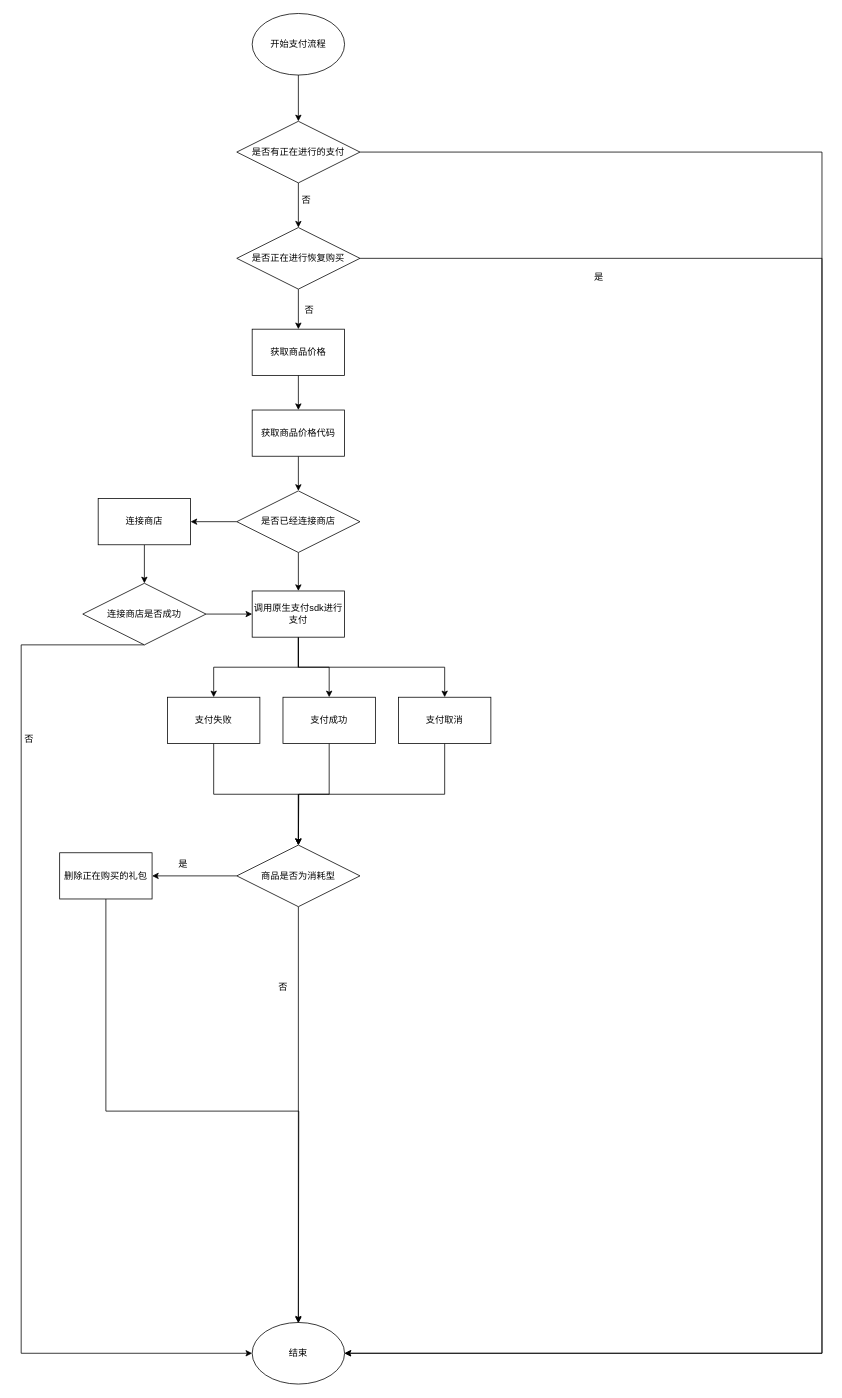
This is .drawio from lxy8228535/Diagrams, a draw.io file, before an edit. Source tidied: cells renumbered, new cells numbered last; positions are measured from the earlier drawing's top-left corner, leaving out a move shared by most shapes. Both pictures are drawn from the tidied source at 77%, with x=0, y=0 at pixel (13, 13).
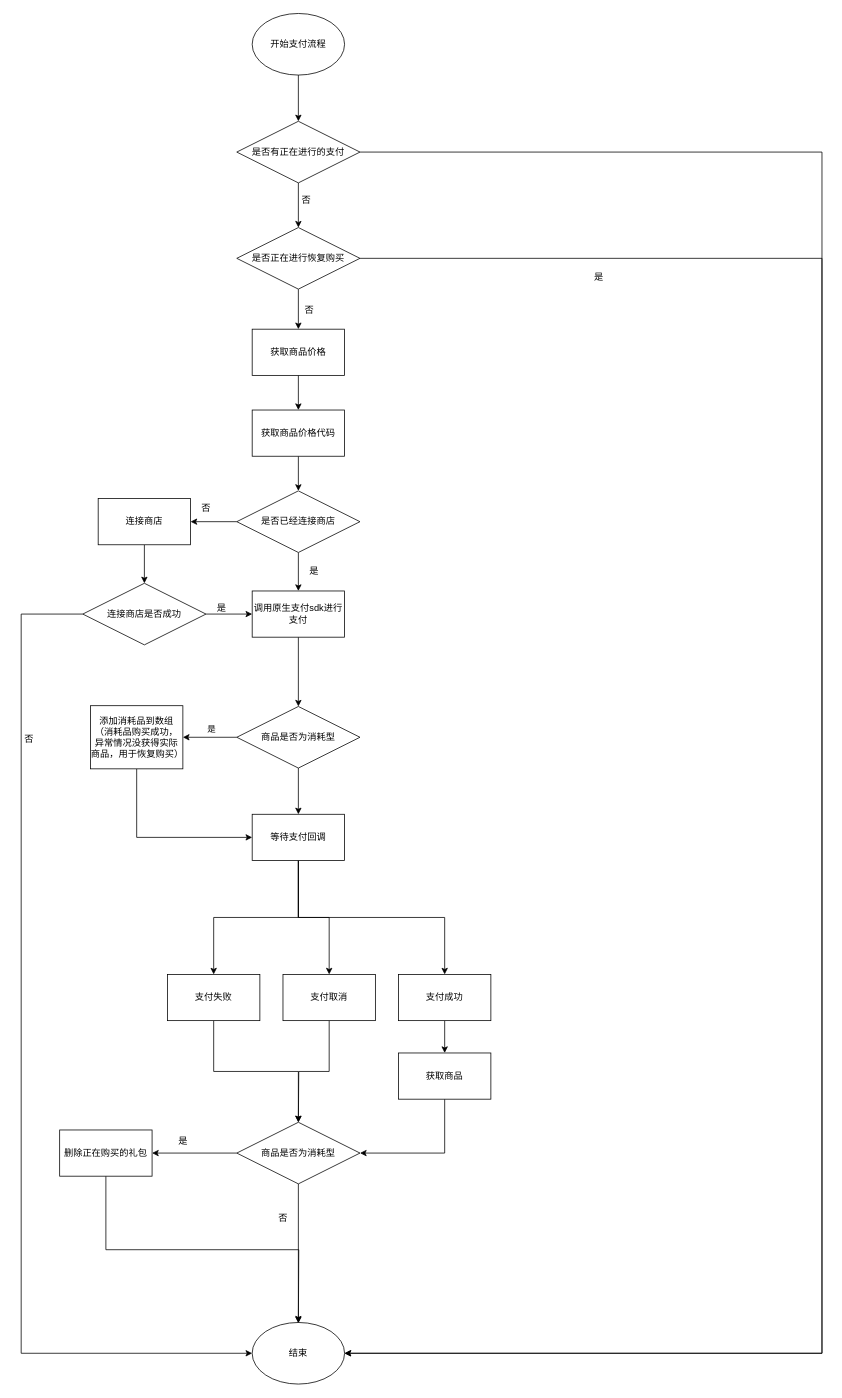
The same diagram, later.

The change refers to these unchanged cells:
```xml
<mxCell id="4" value="结束" style="ellipse;whiteSpace=wrap;html=1;" parent="1" vertex="1">
  <mxGeometry x="310" y="1700" width="120" height="80" as="geometry" />
</mxCell>
<mxCell id="25" value="连接商店是否成功" style="rhombus;whiteSpace=wrap;html=1;" parent="1" vertex="1">
  <mxGeometry x="90" y="740" width="160" height="80" as="geometry" />
</mxCell>
```

What changed in the source:
```diff
@@
-    <mxCell id="23" style="edgeStyle=orthogonalEdgeStyle;rounded=0;jettySize=auto;html=1;exitX=0.5;exitY=1;exitDx=0;exitDy=0;entryX=0;entryY=0.5;entryDx=0;entryDy=0;" parent="1" edge="1" source="25" target="4">
+    <mxCell id="23" style="edgeStyle=orthogonalEdgeStyle;rounded=0;jettySize=auto;html=1;exitX=0;exitY=0.5;exitDx=0;exitDy=0;entryX=0;entryY=0.5;entryDx=0;entryDy=0;" parent="1" edge="1" source="25" target="4">
       <mxGeometry relative="1" as="geometry">
         <Array as="points">
-          <mxPoint x="10" y="820" />
+          <mxPoint x="10" y="780" />
           <mxPoint x="10" y="1740" />
         </Array>
       </mxGeometry>
     </mxCell>
@@
-    <mxCell id="27" style="edgeStyle=orthogonalEdgeStyle;rounded=0;jettySize=auto;html=1;exitX=0.5;exitY=1;exitDx=0;exitDy=0;entryX=0.5;entryY=0;entryDx=0;entryDy=0;" parent="1" edge="1" source="30" target="32">
-      <mxGeometry relative="1" as="geometry" />
-    </mxCell>
-    <mxCell id="28" style="edgeStyle=orthogonalEdgeStyle;rounded=0;jettySize=auto;html=1;exitX=0.5;exitY=1;exitDx=0;exitDy=0;" parent="1" edge="1" source="30" target="41">
-      <mxGeometry relative="1" as="geometry" />
-    </mxCell>
-    <mxCell id="29" style="edgeStyle=orthogonalEdgeStyle;rounded=0;jettySize=auto;html=1;exitX=0.5;exitY=1;exitDx=0;exitDy=0;" parent="1" edge="1" source="30" target="43">
-      <mxGeometry relative="1" as="geometry" />
-    </mxCell>
-    <mxCell id="30" value="调用原生支付sdk进行支付" style="rounded=0;whiteSpace=wrap;html=1;" parent="1" vertex="1">
-      <mxGeometry x="310" y="750" width="120" height="60" as="geometry" />
-    </mxCell>
@@
     <mxCell id="32" value="支付失败" style="rounded=0;whiteSpace=wrap;html=1;" parent="1" vertex="1">
-      <mxGeometry x="200" y="888" width="120" height="60" as="geometry" />
+      <mxGeometry x="200" y="1248" width="120" height="60" as="geometry" />
     </mxCell>
@@
     <mxCell id="35" value="商品是否为消耗型" style="rhombus;whiteSpace=wrap;html=1;" parent="1" vertex="1">
-      <mxGeometry x="290" y="1080" width="160" height="80" as="geometry" />
+      <mxGeometry x="290" y="1440" width="160" height="80" as="geometry" />
     </mxCell>
     <mxCell id="36" value="否" style="text;html=1;align=center;verticalAlign=middle;strokeColor=none;fillColor=none;" parent="1" vertex="1">
-      <mxGeometry x="330" y="1250" width="40" height="30" as="geometry" />
+      <mxGeometry x="330" y="1550" width="40" height="30" as="geometry" />
     </mxCell>
@@
     <mxCell id="38" value="删除正在购买的礼包" style="rounded=0;whiteSpace=wrap;html=1;" parent="1" vertex="1">
-      <mxGeometry x="60" y="1090" width="120" height="60" as="geometry" />
+      <mxGeometry x="60" y="1450" width="120" height="60" as="geometry" />
     </mxCell>
     <mxCell id="39" value="是" style="text;html=1;align=center;verticalAlign=middle;strokeColor=none;fillColor=none;" parent="1" vertex="1">
-      <mxGeometry x="200" y="1090" width="40" height="30" as="geometry" />
+      <mxGeometry x="200" y="1450" width="40" height="30" as="geometry" />
     </mxCell>
-    <mxCell id="40" style="edgeStyle=orthogonalEdgeStyle;rounded=0;jettySize=auto;html=1;exitX=0.5;exitY=1;exitDx=0;exitDy=0;entryX=0.5;entryY=0;entryDx=0;entryDy=0;" parent="1" edge="1" source="41" target="35">
-      <mxGeometry relative="1" as="geometry" />
-    </mxCell>
+    <mxCell id="44" style="edgeStyle=orthogonalEdgeStyle;rounded=0;jettySize=auto;html=1;exitX=0.5;exitY=1;exitDx=0;exitDy=0;" parent="1" edge="1" source="41">
+      <mxGeometry relative="1" as="geometry">
+        <mxPoint x="370" y="1440" as="targetPoint" />
+      </mxGeometry>
+    </mxCell>
-    <mxCell id="41" value="支付成功" style="rounded=0;whiteSpace=wrap;html=1;" parent="1" vertex="1">
-      <mxGeometry x="350" y="888" width="120" height="60" as="geometry" />
+    <mxCell id="41" value="支付取消" style="rounded=0;whiteSpace=wrap;html=1;" parent="1" vertex="1">
+      <mxGeometry x="350" y="1248" width="120" height="60" as="geometry" />
     </mxCell>
-    <mxCell id="42" style="edgeStyle=orthogonalEdgeStyle;rounded=0;jettySize=auto;html=1;exitX=0.5;exitY=1;exitDx=0;exitDy=0;" parent="1" edge="1" source="43">
-      <mxGeometry relative="1" as="geometry">
-        <mxPoint x="370" y="1080" as="targetPoint" />
-      </mxGeometry>
-    </mxCell>
+    <mxCell id="45" style="edgeStyle=orthogonalEdgeStyle;rounded=0;jettySize=auto;html=1;" parent="1" edge="1" source="43" target="61">
+      <mxGeometry relative="1" as="geometry" />
+    </mxCell>
-    <mxCell id="43" value="支付取消" style="rounded=0;whiteSpace=wrap;html=1;" parent="1" vertex="1">
-      <mxGeometry x="500" y="888" width="120" height="60" as="geometry" />
+    <mxCell id="43" value="支付成功" style="rounded=0;whiteSpace=wrap;html=1;" parent="1" vertex="1">
+      <mxGeometry x="500" y="1248" width="120" height="60" as="geometry" />
     </mxCell>
+    <mxCell id="46" style="edgeStyle=orthogonalEdgeStyle;rounded=0;jettySize=auto;html=1;exitX=0;exitY=0.5;exitDx=0;exitDy=0;entryX=1;entryY=0.5;entryDx=0;entryDy=0;" parent="1" edge="1" source="49" target="52">
+      <mxGeometry relative="1" as="geometry" />
+    </mxCell>
+    <mxCell id="47" value="是" style="edgeLabel;html=1;align=center;verticalAlign=middle;" parent="46" vertex="1">
+      <mxGeometry x="-0.03" y="-5" relative="1" as="geometry">
+        <mxPoint y="-7" as="offset" />
+      </mxGeometry>
+    </mxCell>
+    <mxCell id="48" style="edgeStyle=orthogonalEdgeStyle;rounded=0;jettySize=auto;html=1;" parent="1" edge="1" source="49" target="59">
+      <mxGeometry relative="1" as="geometry" />
+    </mxCell>
+    <mxCell id="49" value="商品是否为消耗型" style="rhombus;whiteSpace=wrap;html=1;" parent="1" vertex="1">
+      <mxGeometry x="290" y="900" width="160" height="80" as="geometry" />
+    </mxCell>
+    <mxCell id="50" value="否" style="text;html=1;align=center;verticalAlign=middle;strokeColor=none;fillColor=none;" parent="1" vertex="1">
+      <mxGeometry x="230" y="628" width="40" height="30" as="geometry" />
+    </mxCell>
+    <mxCell id="51" style="edgeStyle=orthogonalEdgeStyle;rounded=0;jettySize=auto;html=1;exitX=0.5;exitY=1;exitDx=0;exitDy=0;entryX=0;entryY=0.5;entryDx=0;entryDy=0;" parent="1" edge="1" source="52" target="59">
+      <mxGeometry relative="1" as="geometry" />
+    </mxCell>
+    <mxCell id="52" value="添加消耗品到数组（消耗品购买成功，异常情况没获得实际商品，用于恢复购买）" style="rounded=0;whiteSpace=wrap;html=1;" parent="1" vertex="1">
+      <mxGeometry x="100" y="899" width="120" height="82" as="geometry" />
+    </mxCell>
+    <mxCell id="53" style="edgeStyle=orthogonalEdgeStyle;rounded=0;jettySize=auto;html=1;exitX=0.5;exitY=1;exitDx=0;exitDy=0;entryX=0.5;entryY=0;entryDx=0;entryDy=0;" parent="1" edge="1" source="30" target="49">
+      <mxGeometry relative="1" as="geometry" />
+    </mxCell>
+    <mxCell id="30" value="调用原生支付sdk进行支付" style="rounded=0;whiteSpace=wrap;html=1;" parent="1" vertex="1">
+      <mxGeometry x="310" y="750" width="120" height="60" as="geometry" />
+    </mxCell>
+    <mxCell id="54" value="是" style="text;html=1;align=center;verticalAlign=middle;strokeColor=none;fillColor=none;" parent="1" vertex="1">
+      <mxGeometry x="250" y="758" width="40" height="30" as="geometry" />
+    </mxCell>
+    <mxCell id="55" value="是" style="text;html=1;align=center;verticalAlign=middle;strokeColor=none;fillColor=none;" parent="1" vertex="1">
+      <mxGeometry x="370" y="710" width="40" height="30" as="geometry" />
+    </mxCell>
+    <mxCell id="56" style="edgeStyle=orthogonalEdgeStyle;rounded=0;jettySize=auto;html=1;exitX=0.5;exitY=1;exitDx=0;exitDy=0;" parent="1" edge="1" source="59" target="32">
+      <mxGeometry relative="1" as="geometry" />
+    </mxCell>
+    <mxCell id="57" style="edgeStyle=orthogonalEdgeStyle;rounded=0;jettySize=auto;html=1;exitX=0.5;exitY=1;exitDx=0;exitDy=0;entryX=0.5;entryY=0;entryDx=0;entryDy=0;" parent="1" edge="1" source="59" target="41">
+      <mxGeometry relative="1" as="geometry" />
+    </mxCell>
+    <mxCell id="58" style="edgeStyle=orthogonalEdgeStyle;rounded=0;jettySize=auto;html=1;exitX=0.5;exitY=1;exitDx=0;exitDy=0;" parent="1" edge="1" source="59" target="43">
+      <mxGeometry relative="1" as="geometry" />
+    </mxCell>
+    <mxCell id="59" value="等待支付回调" style="rounded=0;whiteSpace=wrap;html=1;" parent="1" vertex="1">
+      <mxGeometry x="310" y="1040" width="120" height="60" as="geometry" />
+    </mxCell>
+    <mxCell id="60" style="edgeStyle=orthogonalEdgeStyle;rounded=0;jettySize=auto;html=1;exitX=0.5;exitY=1;exitDx=0;exitDy=0;entryX=1;entryY=0.5;entryDx=0;entryDy=0;" parent="1" edge="1" source="61" target="35">
+      <mxGeometry relative="1" as="geometry" />
+    </mxCell>
+    <mxCell id="61" value="获取商品" style="rounded=0;whiteSpace=wrap;html=1;" parent="1" vertex="1">
+      <mxGeometry x="500" y="1350" width="120" height="60" as="geometry" />
+    </mxCell>
```
